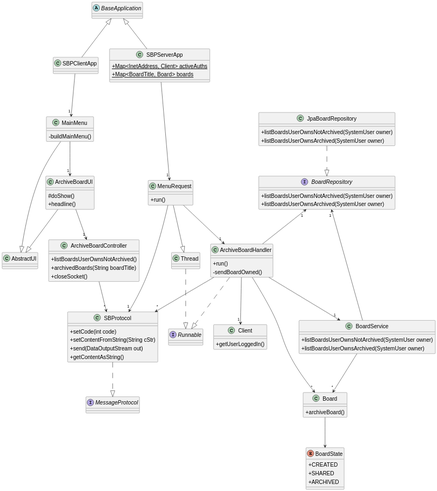
Before: docs/us_3010/CD.svg, a diagram exported from PlantUML (jovami/isep-lapr4).
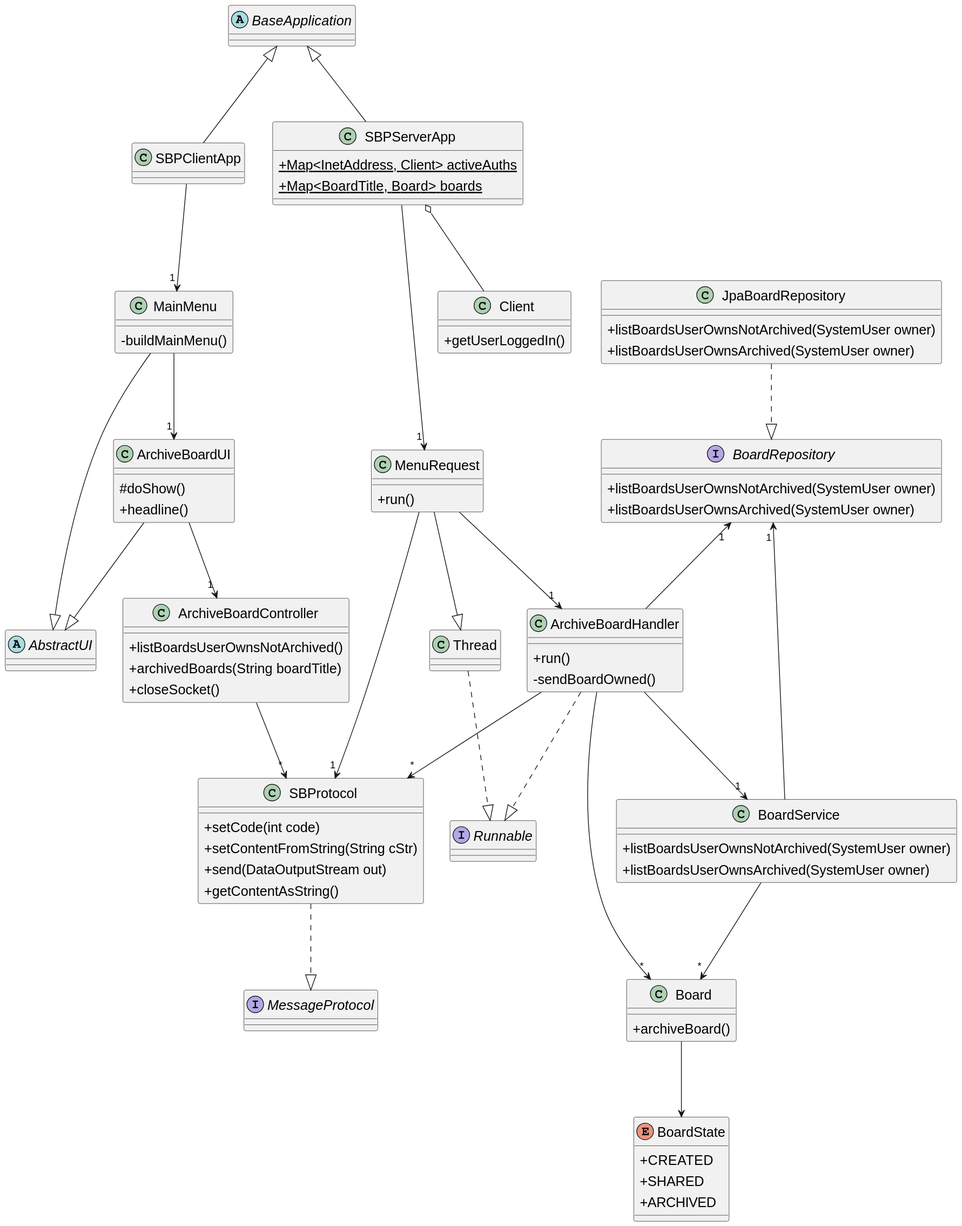
Later version of the same file.

Change to the diagram source:
```diff
@@ -15,7 +15,7 @@
   +listBoardsUserOwnsArchived(SystemUser owner)
  }
 
-class AbstractUI
+abstract class AbstractUI
 {
 }
 
@@ -105,7 +105,7 @@
 -buildMainMenu()
 }
 
-
+SBPServerApp o-- Client
 ArchiveBoardUI --|> AbstractUI
 MenuRequest --|> Thread
 SBPClientApp -up-|> BaseApplication
@@ -119,7 +119,7 @@
 ArchiveBoardHandler -up-> "1" BoardRepository
 
 
-ArchiveBoardHandler --> "1" Client
+
 ArchiveBoardHandler --> "1" BoardService
 
 BoardService  --> "1" BoardRepository
```
